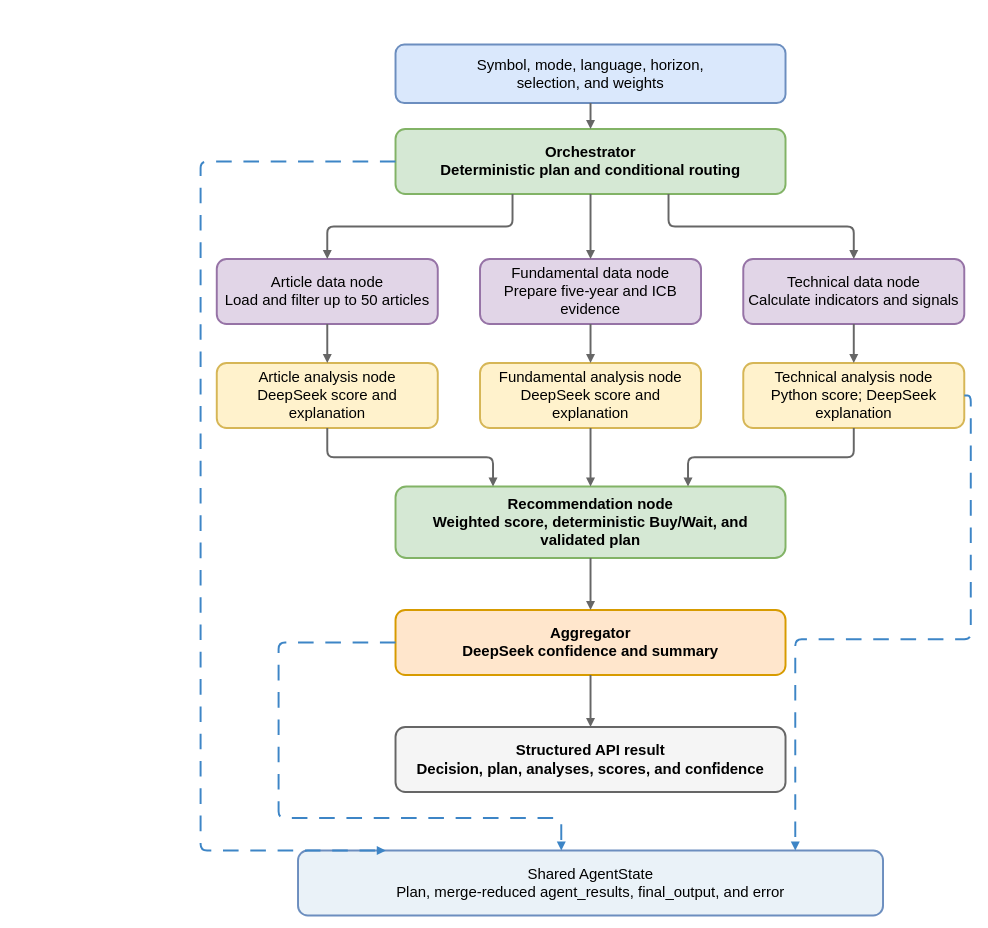
Before: report/diagrams/chapter4/stockrium_agent_topology_portrait.drawio in lqhuy04/Thesis-22125031-22125035, a draw.io diagram. Source tidied: cells renumbered, new cells numbered last; positions are measured from the earlier drawing's top-left corner, leaving out a move shared by most shapes. Both pictures are drawn from the tidied source at 65%, with x=0, y=0 at pixel (200, 44).
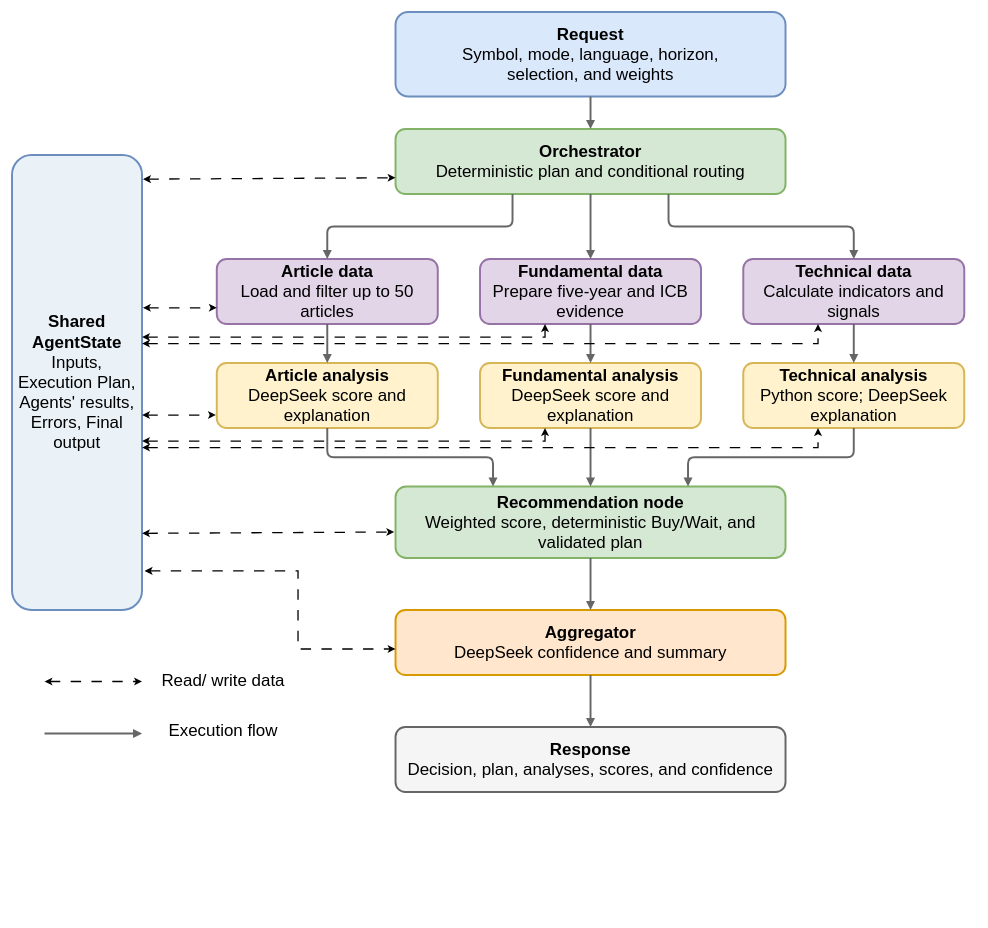
The same diagram, later.

The edit, as a diff of the source:
```diff
@@
-    <mxCell id="2" value="Symbol, mode, language, horizon,&lt;br&gt;selection, and weights" style="rounded=1;whiteSpace=wrap;html=1;fillColor=#dae8fc;strokeColor=#6c8ebf;strokeWidth=3;fontSize=23;spacing=10;" parent="1" vertex="1">
-      <mxGeometry x="300" width="600" height="90" as="geometry" />
+    <mxCell id="2" value="&lt;b&gt;Request&lt;/b&gt;&lt;br&gt;Symbol, mode, language, horizon,&lt;br&gt;selection, and weights" style="rounded=1;whiteSpace=wrap;html=1;fillColor=#dae8fc;strokeColor=#6c8ebf;strokeWidth=3;fontSize=26;spacing=10;" parent="1" vertex="1">
+      <mxGeometry x="300" y="-50" width="600" height="130" as="geometry" />
     </mxCell>
-    <mxCell id="3" value="Orchestrator&lt;br&gt;Deterministic plan and conditional routing" style="rounded=1;whiteSpace=wrap;html=1;fillColor=#d5e8d4;strokeColor=#82b366;strokeWidth=3;fontSize=23;fontStyle=1;spacing=10;" parent="1" vertex="1">
+    <mxCell id="3" value="Orchestrator&lt;br&gt;&lt;span style=&quot;font-weight: normal;&quot;&gt;Deterministic plan and conditional routing&lt;/span&gt;" style="rounded=1;whiteSpace=wrap;html=1;fillColor=#d5e8d4;strokeColor=#82b366;strokeWidth=3;fontSize=26;fontStyle=1;spacing=10;" parent="1" vertex="1">
       <mxGeometry x="300" y="130" width="600" height="100" as="geometry" />
     </mxCell>
-    <mxCell id="4" value="Article data node&lt;br&gt;Load and filter up to 50 articles" style="rounded=1;whiteSpace=wrap;html=1;fillColor=#e1d5e7;strokeColor=#9673a6;strokeWidth=3;fontSize=23;spacing=8;" parent="1" vertex="1">
+    <mxCell id="4" value="&lt;b&gt;Article data&lt;/b&gt;&lt;br&gt;Load and filter up to 50 articles" style="rounded=1;whiteSpace=wrap;html=1;fillColor=#e1d5e7;strokeColor=#9673a6;strokeWidth=3;fontSize=26;spacing=8;" parent="1" vertex="1">
       <mxGeometry x="25" y="330" width="340" height="100" as="geometry" />
     </mxCell>
-    <mxCell id="5" value="Fundamental data node&lt;br&gt;Prepare five-year and ICB evidence" style="rounded=1;whiteSpace=wrap;html=1;fillColor=#e1d5e7;strokeColor=#9673a6;strokeWidth=3;fontSize=23;spacing=8;" parent="1" vertex="1">
+    <mxCell id="5" value="&lt;b&gt;Fundamental data&lt;/b&gt;&lt;br&gt;Prepare five-year and ICB evidence" style="rounded=1;whiteSpace=wrap;html=1;fillColor=#e1d5e7;strokeColor=#9673a6;strokeWidth=3;fontSize=26;spacing=8;" parent="1" vertex="1">
       <mxGeometry x="430" y="330" width="340" height="100" as="geometry" />
     </mxCell>
-    <mxCell id="6" value="Technical data node&lt;br&gt;Calculate indicators and signals" style="rounded=1;whiteSpace=wrap;html=1;fillColor=#e1d5e7;strokeColor=#9673a6;strokeWidth=3;fontSize=23;spacing=8;" parent="1" vertex="1">
+    <mxCell id="6" value="&lt;b&gt;Technical data&lt;/b&gt;&lt;br&gt;Calculate indicators and signals" style="rounded=1;whiteSpace=wrap;html=1;fillColor=#e1d5e7;strokeColor=#9673a6;strokeWidth=3;fontSize=26;spacing=8;" parent="1" vertex="1">
       <mxGeometry x="835" y="330" width="340" height="100" as="geometry" />
     </mxCell>
-    <mxCell id="7" value="Article analysis node&lt;br&gt;DeepSeek score and explanation" style="rounded=1;whiteSpace=wrap;html=1;fillColor=#fff2cc;strokeColor=#d6b656;strokeWidth=3;fontSize=23;spacing=8;" parent="1" vertex="1">
+    <mxCell id="7" value="&lt;b&gt;Article analysis&lt;/b&gt;&lt;br&gt;DeepSeek score and explanation" style="rounded=1;whiteSpace=wrap;html=1;fillColor=#fff2cc;strokeColor=#d6b656;strokeWidth=3;fontSize=26;spacing=8;" parent="1" vertex="1">
       <mxGeometry x="25" y="490" width="340" height="100" as="geometry" />
     </mxCell>
-    <mxCell id="8" value="Fundamental analysis node&lt;br&gt;DeepSeek score and explanation" style="rounded=1;whiteSpace=wrap;html=1;fillColor=#fff2cc;strokeColor=#d6b656;strokeWidth=3;fontSize=23;spacing=8;" parent="1" vertex="1">
+    <mxCell id="8" value="&lt;b&gt;Fundamental analysis&lt;/b&gt;&lt;br&gt;DeepSeek score and explanation" style="rounded=1;whiteSpace=wrap;html=1;fillColor=#fff2cc;strokeColor=#d6b656;strokeWidth=3;fontSize=26;spacing=8;" parent="1" vertex="1">
       <mxGeometry x="430" y="490" width="340" height="100" as="geometry" />
     </mxCell>
-    <mxCell id="9" value="Technical analysis node&lt;br&gt;Python score; DeepSeek explanation" style="rounded=1;whiteSpace=wrap;html=1;fillColor=#fff2cc;strokeColor=#d6b656;strokeWidth=3;fontSize=23;spacing=8;" parent="1" vertex="1">
+    <mxCell id="9" value="&lt;b&gt;Technical analysis&lt;/b&gt;&lt;br&gt;Python score; DeepSeek explanation" style="rounded=1;whiteSpace=wrap;html=1;fillColor=#fff2cc;strokeColor=#d6b656;strokeWidth=3;fontSize=26;spacing=8;" parent="1" vertex="1">
       <mxGeometry x="835" y="490" width="340" height="100" as="geometry" />
     </mxCell>
-    <mxCell id="10" value="Recommendation node&lt;br&gt;Weighted score, deterministic Buy/Wait, and validated plan" style="rounded=1;whiteSpace=wrap;html=1;fillColor=#d5e8d4;strokeColor=#82b366;strokeWidth=3;fontSize=23;fontStyle=1;spacing=10;" parent="1" vertex="1">
+    <mxCell id="10" value="Recommendation node&lt;br&gt;&lt;span style=&quot;font-weight: normal;&quot;&gt;Weighted score, deterministic Buy/Wait, and validated plan&lt;/span&gt;" style="rounded=1;whiteSpace=wrap;html=1;fillColor=#d5e8d4;strokeColor=#82b366;strokeWidth=3;fontSize=26;fontStyle=1;spacing=10;" parent="1" vertex="1">
       <mxGeometry x="300" y="680" width="600" height="110" as="geometry" />
     </mxCell>
-    <mxCell id="11" value="Aggregator&lt;br&gt;DeepSeek confidence and summary" style="rounded=1;whiteSpace=wrap;html=1;fillColor=#ffe6cc;strokeColor=#d79b00;strokeWidth=3;fontSize=23;fontStyle=1;spacing=10;" parent="1" vertex="1">
+    <mxCell id="11" value="Aggregator&lt;br&gt;&lt;span style=&quot;font-weight: normal;&quot;&gt;DeepSeek confidence and summary&lt;/span&gt;" style="rounded=1;whiteSpace=wrap;html=1;fillColor=#ffe6cc;strokeColor=#d79b00;strokeWidth=3;fontSize=26;fontStyle=1;spacing=10;" parent="1" vertex="1">
       <mxGeometry x="300" y="870" width="600" height="100" as="geometry" />
     </mxCell>
-    <mxCell id="12" value="Structured API result&lt;br&gt;Decision, plan, analyses, scores, and confidence" style="rounded=1;whiteSpace=wrap;html=1;fillColor=#f5f5f5;strokeColor=#666666;strokeWidth=3;fontSize=23;fontStyle=1;spacing=10;" parent="1" vertex="1">
+    <mxCell id="12" value="Response&lt;br&gt;&lt;span style=&quot;font-weight: normal;&quot;&gt;Decision, plan, analyses, scores, and confidence&lt;/span&gt;" style="rounded=1;whiteSpace=wrap;html=1;fillColor=#f5f5f5;strokeColor=#666666;strokeWidth=3;fontSize=26;fontStyle=1;spacing=10;" parent="1" vertex="1">
       <mxGeometry x="300" y="1050" width="600" height="100" as="geometry" />
     </mxCell>
-    <mxCell id="13" value="Shared AgentState&lt;br&gt;Plan, merge-reduced agent_results, final_output, and error" style="rounded=1;whiteSpace=wrap;html=1;fillColor=#eaf2f8;strokeColor=#6c8ebf;strokeWidth=3;fontSize=23;spacing=10;" parent="1" vertex="1">
-      <mxGeometry x="150" y="1240" width="900" height="100" as="geometry" />
+    <mxCell id="13" value="&lt;span&gt;Shared AgentState&lt;/span&gt;&lt;div&gt;&lt;span style=&quot;font-weight: normal;&quot;&gt;Inputs, Execution Plan, Agents' results, Errors, Final output&lt;/span&gt;&lt;/div&gt;" style="rounded=1;whiteSpace=wrap;html=1;fillColor=#eaf2f8;strokeColor=#6c8ebf;strokeWidth=3;fontSize=26;spacing=10;fontStyle=1;" parent="1" vertex="1">
+      <mxGeometry x="-290" y="170" width="200" height="700" as="geometry" />
     </mxCell>
-    <mxCell id="14" style="edgeStyle=orthogonalEdgeStyle;rounded=1;html=1;endArrow=block;endFill=1;strokeColor=#666666;strokeWidth=3;exitX=0.5;exitY=1;entryX=0.5;entryY=0;fontSize=23;" parent="1" edge="1" source="2" target="3">
+    <mxCell id="14" style="edgeStyle=orthogonalEdgeStyle;rounded=1;html=1;endArrow=block;endFill=1;strokeColor=#666666;strokeWidth=3;exitX=0.5;exitY=1;entryX=0.5;entryY=0;fontSize=26;entryDx=0;entryDy=0;" parent="1" edge="1" source="2" target="3">
       <mxGeometry relative="1" as="geometry" />
     </mxCell>
-    <mxCell id="15" style="edgeStyle=orthogonalEdgeStyle;rounded=1;html=1;endArrow=block;endFill=1;strokeColor=#666666;strokeWidth=3;exitX=0.3;exitY=1;entryX=0.5;entryY=0;fontSize=23;" parent="1" edge="1" source="3" target="4">
+    <mxCell id="15" style="edgeStyle=orthogonalEdgeStyle;rounded=1;html=1;endArrow=block;endFill=1;strokeColor=#666666;strokeWidth=3;exitX=0.3;exitY=1;entryX=0.5;entryY=0;fontSize=26;" parent="1" edge="1" source="3" target="4">
       <mxGeometry relative="1" as="geometry" />
     </mxCell>
-    <mxCell id="16" style="edgeStyle=orthogonalEdgeStyle;rounded=1;html=1;endArrow=block;endFill=1;strokeColor=#666666;strokeWidth=3;exitX=0.5;exitY=1;entryX=0.5;entryY=0;fontSize=23;" parent="1" edge="1" source="3" target="5">
+    <mxCell id="16" style="edgeStyle=orthogonalEdgeStyle;rounded=1;html=1;endArrow=block;endFill=1;strokeColor=#666666;strokeWidth=3;exitX=0.5;exitY=1;entryX=0.5;entryY=0;fontSize=26;" parent="1" edge="1" source="3" target="5">
       <mxGeometry relative="1" as="geometry" />
     </mxCell>
-    <mxCell id="17" style="edgeStyle=orthogonalEdgeStyle;rounded=1;html=1;endArrow=block;endFill=1;strokeColor=#666666;strokeWidth=3;exitX=0.7;exitY=1;entryX=0.5;entryY=0;fontSize=23;" parent="1" edge="1" source="3" target="6">
+    <mxCell id="17" style="edgeStyle=orthogonalEdgeStyle;rounded=1;html=1;endArrow=block;endFill=1;strokeColor=#666666;strokeWidth=3;exitX=0.7;exitY=1;entryX=0.5;entryY=0;fontSize=26;" parent="1" edge="1" source="3" target="6">
       <mxGeometry relative="1" as="geometry" />
     </mxCell>
-    <mxCell id="18" style="edgeStyle=orthogonalEdgeStyle;rounded=1;html=1;endArrow=block;endFill=1;strokeColor=#666666;strokeWidth=3;exitX=0.5;exitY=1;entryX=0.5;entryY=0;fontSize=23;" parent="1" edge="1" source="4" target="7">
+    <mxCell id="18" style="edgeStyle=orthogonalEdgeStyle;rounded=1;html=1;endArrow=block;endFill=1;strokeColor=#666666;strokeWidth=3;exitX=0.5;exitY=1;entryX=0.5;entryY=0;fontSize=26;" parent="1" edge="1" source="4" target="7">
       <mxGeometry relative="1" as="geometry" />
     </mxCell>
-    <mxCell id="19" style="edgeStyle=orthogonalEdgeStyle;rounded=1;html=1;endArrow=block;endFill=1;strokeColor=#666666;strokeWidth=3;exitX=0.5;exitY=1;entryX=0.5;entryY=0;fontSize=23;" parent="1" edge="1" source="5" target="8">
+    <mxCell id="19" style="edgeStyle=orthogonalEdgeStyle;rounded=1;html=1;endArrow=block;endFill=1;strokeColor=#666666;strokeWidth=3;exitX=0.5;exitY=1;entryX=0.5;entryY=0;fontSize=26;" parent="1" edge="1" source="5" target="8">
       <mxGeometry relative="1" as="geometry" />
     </mxCell>
-    <mxCell id="20" style="edgeStyle=orthogonalEdgeStyle;rounded=1;html=1;endArrow=block;endFill=1;strokeColor=#666666;strokeWidth=3;exitX=0.5;exitY=1;entryX=0.5;entryY=0;fontSize=23;" parent="1" edge="1" source="6" target="9">
+    <mxCell id="20" style="edgeStyle=orthogonalEdgeStyle;rounded=1;html=1;endArrow=block;endFill=1;strokeColor=#666666;strokeWidth=3;exitX=0.5;exitY=1;entryX=0.5;entryY=0;fontSize=26;" parent="1" edge="1" source="6" target="9">
       <mxGeometry relative="1" as="geometry" />
     </mxCell>
-    <mxCell id="21" style="edgeStyle=orthogonalEdgeStyle;rounded=1;html=1;endArrow=block;endFill=1;strokeColor=#666666;strokeWidth=3;exitX=0.5;exitY=1;entryX=0.25;entryY=0;fontSize=23;" parent="1" edge="1" source="7" target="10">
+    <mxCell id="21" style="edgeStyle=orthogonalEdgeStyle;rounded=1;html=1;endArrow=block;endFill=1;strokeColor=#666666;strokeWidth=3;exitX=0.5;exitY=1;entryX=0.25;entryY=0;fontSize=26;" parent="1" edge="1" source="7" target="10">
       <mxGeometry relative="1" as="geometry" />
     </mxCell>
-    <mxCell id="22" style="edgeStyle=orthogonalEdgeStyle;rounded=1;html=1;endArrow=block;endFill=1;strokeColor=#666666;strokeWidth=3;exitX=0.5;exitY=1;entryX=0.5;entryY=0;fontSize=23;" parent="1" edge="1" source="8" target="10">
+    <mxCell id="22" style="edgeStyle=orthogonalEdgeStyle;rounded=1;html=1;endArrow=block;endFill=1;strokeColor=#666666;strokeWidth=3;exitX=0.5;exitY=1;entryX=0.5;entryY=0;fontSize=26;" parent="1" edge="1" source="8" target="10">
       <mxGeometry relative="1" as="geometry" />
     </mxCell>
-    <mxCell id="23" style="edgeStyle=orthogonalEdgeStyle;rounded=1;html=1;endArrow=block;endFill=1;strokeColor=#666666;strokeWidth=3;exitX=0.5;exitY=1;entryX=0.75;entryY=0;fontSize=23;" parent="1" edge="1" source="9" target="10">
+    <mxCell id="23" style="edgeStyle=orthogonalEdgeStyle;rounded=1;html=1;endArrow=block;endFill=1;strokeColor=#666666;strokeWidth=3;exitX=0.5;exitY=1;entryX=0.75;entryY=0;fontSize=26;" parent="1" edge="1" source="9" target="10">
       <mxGeometry relative="1" as="geometry" />
     </mxCell>
-    <mxCell id="24" style="edgeStyle=orthogonalEdgeStyle;rounded=1;html=1;endArrow=block;endFill=1;strokeColor=#666666;strokeWidth=3;exitX=0.5;exitY=1;entryX=0.5;entryY=0;fontSize=23;" parent="1" edge="1" source="10" target="11">
+    <mxCell id="24" style="edgeStyle=orthogonalEdgeStyle;rounded=1;html=1;endArrow=block;endFill=1;strokeColor=#666666;strokeWidth=3;exitX=0.5;exitY=1;entryX=0.5;entryY=0;fontSize=26;" parent="1" edge="1" source="10" target="11">
       <mxGeometry relative="1" as="geometry" />
     </mxCell>
-    <mxCell id="25" style="edgeStyle=orthogonalEdgeStyle;rounded=1;html=1;endArrow=block;endFill=1;strokeColor=#666666;strokeWidth=3;exitX=0.5;exitY=1;entryX=0.5;entryY=0;fontSize=23;" parent="1" edge="1" source="11" target="12">
+    <mxCell id="25" style="edgeStyle=orthogonalEdgeStyle;rounded=1;html=1;endArrow=block;endFill=1;strokeColor=#666666;strokeWidth=3;exitX=0.5;exitY=1;entryX=0.5;entryY=0;fontSize=26;" parent="1" edge="1" source="11" target="12">
       <mxGeometry relative="1" as="geometry" />
     </mxCell>
-    <mxCell id="26" style="edgeStyle=orthogonalEdgeStyle;rounded=1;html=1;endArrow=block;endFill=1;strokeColor=#3d85c6;strokeWidth=3;dashed=1;dashPattern=8 6;exitX=0;exitY=0.5;entryX=0.15;entryY=0;fontSize=23;" parent="1" edge="1" source="3" target="13">
-      <mxGeometry relative="1" as="geometry">
-        <Array as="points">
-          <mxPoint x="0.1" y="180.1" />
-          <mxPoint x="0.1" y="1240.1" />
-        </Array>
-      </mxGeometry>
-    </mxCell>
-    <mxCell id="27" style="edgeStyle=orthogonalEdgeStyle;rounded=1;html=1;endArrow=block;endFill=1;strokeColor=#3d85c6;strokeWidth=3;dashed=1;dashPattern=8 6;exitX=1;exitY=0.5;entryX=0.85;entryY=0;fontSize=23;" parent="1" edge="1" source="9" target="13">
-      <mxGeometry relative="1" as="geometry" />
-    </mxCell>
-    <mxCell id="28" style="edgeStyle=orthogonalEdgeStyle;rounded=1;html=1;endArrow=block;endFill=1;strokeColor=#3d85c6;strokeWidth=3;dashed=1;dashPattern=8 6;exitX=0;exitY=0.5;entryX=0.45;entryY=0;fontSize=23;" parent="1" edge="1" source="11" target="13">
-      <mxGeometry relative="1" as="geometry">
-        <Array as="points">
-          <mxPoint x="120.1" y="920.1" />
-          <mxPoint x="120.1" y="1190.1" />
-          <mxPoint x="555" y="1190.1" />
-        </Array>
-      </mxGeometry>
-    </mxCell>
+    <mxCell id="29" style="endArrow=classic;startArrow=classic;html=1;rounded=0;dashed=1;dashPattern=8 8;strokeColor=light-dark(#000000,#66B2FF);entryX=0.25;entryY=1;entryDx=0;entryDy=0;strokeWidth=2;" parent="1" edge="1">
+      <mxGeometry relative="1" as="geometry">
+        <mxPoint x="-90" y="460" as="sourcePoint" />
+        <mxPoint x="950" y="430" as="targetPoint" />
+        <Array as="points">
+          <mxPoint x="950" y="460" />
+        </Array>
+      </mxGeometry>
+    </mxCell>
+    <mxCell id="30" style="endArrow=classic;startArrow=classic;html=1;rounded=0;dashed=1;dashPattern=8 8;strokeColor=light-dark(#000000,#66B2FF);strokeWidth=2;entryX=0;entryY=0.75;entryDx=0;entryDy=0;" parent="1" edge="1" target="4">
+      <mxGeometry relative="1" as="geometry">
+        <mxPoint x="-88.6" y="405" as="sourcePoint" />
+      </mxGeometry>
+    </mxCell>
+    <mxCell id="31" style="endArrow=classic;startArrow=classic;html=1;rounded=0;dashed=1;dashPattern=8 8;strokeColor=light-dark(#000000,#66B2FF);strokeWidth=2;" parent="1" edge="1">
+      <mxGeometry relative="1" as="geometry">
+        <mxPoint x="-90" y="450" as="sourcePoint" />
+        <mxPoint x="530" y="430" as="targetPoint" />
+        <Array as="points">
+          <mxPoint x="530" y="450" />
+        </Array>
+      </mxGeometry>
+    </mxCell>
+    <mxCell id="32" style="endArrow=classic;startArrow=classic;html=1;rounded=0;dashed=1;dashPattern=8 8;strokeColor=light-dark(#000000,#66B2FF);strokeWidth=2;entryX=0;entryY=0.75;entryDx=0;entryDy=0;" parent="1" edge="1">
+      <mxGeometry relative="1" as="geometry">
+        <mxPoint x="-90" y="570" as="sourcePoint" />
+        <mxPoint x="23.6" y="570" as="targetPoint" />
+      </mxGeometry>
+    </mxCell>
+    <mxCell id="33" style="endArrow=classic;startArrow=classic;html=1;rounded=0;dashed=1;dashPattern=8 8;strokeColor=light-dark(#000000,#66B2FF);strokeWidth=2;" parent="1" edge="1">
+      <mxGeometry relative="1" as="geometry">
+        <mxPoint x="-90" y="610" as="sourcePoint" />
+        <mxPoint x="530" y="590" as="targetPoint" />
+        <Array as="points">
+          <mxPoint x="530" y="610" />
+        </Array>
+      </mxGeometry>
+    </mxCell>
+    <mxCell id="34" style="endArrow=classic;startArrow=classic;html=1;rounded=0;dashed=1;dashPattern=8 8;strokeColor=light-dark(#000000,#66B2FF);entryX=0.25;entryY=1;entryDx=0;entryDy=0;strokeWidth=2;" parent="1" edge="1">
+      <mxGeometry relative="1" as="geometry">
+        <mxPoint x="-90" y="620" as="sourcePoint" />
+        <mxPoint x="950" y="590" as="targetPoint" />
+        <Array as="points">
+          <mxPoint x="950" y="620" />
+        </Array>
+      </mxGeometry>
+    </mxCell>
+    <mxCell id="35" style="endArrow=classic;startArrow=classic;html=1;rounded=0;dashed=1;dashPattern=8 8;strokeColor=light-dark(#000000,#66B2FF);strokeWidth=2;entryX=0;entryY=0.75;entryDx=0;entryDy=0;exitX=1.008;exitY=0.053;exitDx=0;exitDy=0;exitPerimeter=0;" parent="1" edge="1" source="13" target="3">
+      <mxGeometry relative="1" as="geometry" />
+    </mxCell>
+    <mxCell id="36" style="endArrow=classic;startArrow=classic;html=1;rounded=0;dashed=1;dashPattern=8 8;strokeColor=light-dark(#000000,#66B2FF);strokeWidth=2;entryX=0;entryY=0.75;entryDx=0;entryDy=0;exitX=1.008;exitY=0.053;exitDx=0;exitDy=0;exitPerimeter=0;" parent="1" edge="1">
+      <mxGeometry relative="1" as="geometry">
+        <mxPoint x="-90" y="752" as="sourcePoint" />
+        <mxPoint x="298" y="750" as="targetPoint" />
+      </mxGeometry>
+    </mxCell>
+    <mxCell id="37" style="endArrow=classic;startArrow=classic;html=1;rounded=0;dashed=1;dashPattern=8 8;strokeColor=light-dark(#000000,#66B2FF);strokeWidth=2;entryX=0;entryY=0.75;entryDx=0;entryDy=0;exitX=1.02;exitY=0.914;exitDx=0;exitDy=0;exitPerimeter=0;" parent="1" edge="1" source="13">
+      <mxGeometry relative="1" as="geometry">
+        <mxPoint x="300" y="930" as="targetPoint" />
+        <Array as="points">
+          <mxPoint x="150" y="809.8" />
+          <mxPoint x="150" y="930" />
+        </Array>
+      </mxGeometry>
+    </mxCell>
+    <mxCell id="38" style="endArrow=classic;startArrow=classic;html=1;rounded=0;dashed=1;dashPattern=8 8;strokeColor=light-dark(#000000,#66B2FF);strokeWidth=2;" parent="1" edge="1">
+      <mxGeometry relative="1" as="geometry">
+        <mxPoint x="-240" y="980" as="sourcePoint" />
+        <mxPoint x="-90" y="980" as="targetPoint" />
+      </mxGeometry>
+    </mxCell>
+    <mxCell id="39" value="Read/ write data" style="text;html=1;whiteSpace=wrap;strokeColor=none;fillColor=none;align=center;verticalAlign=middle;rounded=0;fontSize=26;" parent="1" vertex="1">
+      <mxGeometry x="-80" y="963" width="230" height="30" as="geometry" />
+    </mxCell>
+    <mxCell id="40" value="Execution flow" style="text;html=1;whiteSpace=wrap;strokeColor=none;fillColor=none;align=center;verticalAlign=middle;rounded=0;fontSize=26;" parent="1" vertex="1">
+      <mxGeometry x="-80" y="1040" width="230" height="30" as="geometry" />
+    </mxCell>
+    <mxCell id="41" style="edgeStyle=orthogonalEdgeStyle;rounded=1;html=1;endArrow=block;endFill=1;strokeColor=#666666;strokeWidth=3;exitX=0.5;exitY=1;fontSize=26;" parent="1" edge="1">
+      <mxGeometry relative="1" as="geometry">
+        <mxPoint x="-240" y="1060" as="sourcePoint" />
+        <mxPoint x="-90" y="1060" as="targetPoint" />
+      </mxGeometry>
+    </mxCell>
```
